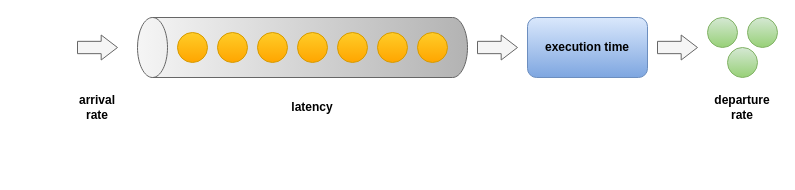
Above: page "exercise-1" (2 of 4) of docs/diagrams.drawio in gitaroktato/queue-model-in-python (draw.io), before the change. Source tidied: cells renumbered, new cells numbered last; positions are measured from the earlier drawing's top-left corner, leaving out a move shared by most shapes. Both pictures are drawn from the tidied source at 100%, with x=0, y=0 at pixel (67, -118).
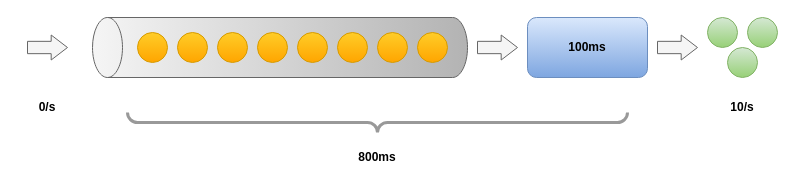
The same diagram, later.

Diff of the diagram source:
```diff
@@
     <mxCell id="2" style="shape=cylinder3;whiteSpace=wrap;html=1;boundedLbl=1;backgroundOutline=1;size=15;rotation=-90;fillColor=#f5f5f5;gradientColor=#b3b3b3;strokeColor=#666666;" parent="1" vertex="1">
-      <mxGeometry x="205" width="60" height="330" as="geometry" />
+      <mxGeometry x="182.5" y="-22.5" width="60" height="375" as="geometry" />
     </mxCell>
@@
-    <mxCell id="10" value="arrival rate" style="text;html=1;align=center;verticalAlign=middle;whiteSpace=wrap;rounded=0;fontStyle=1;" parent="1" vertex="1">
-      <mxGeometry y="210" width="60" height="30" as="geometry" />
+    <mxCell id="10" value="0/s" style="text;html=1;align=center;verticalAlign=middle;whiteSpace=wrap;rounded=0;fontStyle=1;" parent="1" vertex="1">
+      <mxGeometry x="-50" y="210" width="60" height="30" as="geometry" />
     </mxCell>
-    <mxCell id="11" value="&lt;b&gt;execution time&lt;/b&gt;" style="rounded=1;whiteSpace=wrap;html=1;fillColor=#dae8fc;gradientColor=#7ea6e0;strokeColor=#6c8ebf;" parent="1" vertex="1">
+    <mxCell id="11" value="&lt;b&gt;100ms&lt;/b&gt;" style="rounded=1;whiteSpace=wrap;html=1;fillColor=#dae8fc;gradientColor=#7ea6e0;strokeColor=#6c8ebf;" parent="1" vertex="1">
       <mxGeometry x="460" y="135" width="120" height="60" as="geometry" />
     </mxCell>
-    <mxCell id="12" value="departure rate" style="text;html=1;align=center;verticalAlign=middle;whiteSpace=wrap;rounded=0;fontStyle=1;" parent="1" vertex="1">
+    <mxCell id="12" value="10/s" style="text;html=1;align=center;verticalAlign=middle;whiteSpace=wrap;rounded=0;fontStyle=1;" parent="1" vertex="1">
       <mxGeometry x="645" y="210" width="60" height="30" as="geometry" />
     </mxCell>
@@
     <mxCell id="18" style="shape=singleArrow;whiteSpace=wrap;html=1;arrowWidth=0.49333394368489586;arrowSize=0.4079998779296875;fillColor=#f5f5f5;strokeColor=#666666;fontColor=#333333;" parent="1" vertex="1">
-      <mxGeometry x="10" y="152.5" width="40" height="25" as="geometry" />
+      <mxGeometry x="-40" y="152.5" width="40" height="25" as="geometry" />
     </mxCell>
-    <mxCell id="19" value="latency" style="text;html=1;align=center;verticalAlign=middle;whiteSpace=wrap;rounded=0;fontStyle=1;" parent="1" vertex="1">
-      <mxGeometry x="215" y="210" width="60" height="30" as="geometry" />
+    <mxCell id="19" value="800ms" style="text;html=1;align=center;verticalAlign=middle;whiteSpace=wrap;rounded=0;fontStyle=1;" parent="1" vertex="1">
+      <mxGeometry x="280" y="260" width="60" height="30" as="geometry" />
     </mxCell>
+    <mxCell id="20" style="verticalLabelPosition=bottom;shadow=0;dashed=0;align=center;html=1;verticalAlign=top;strokeWidth=3;shape=mxgraph.mockup.markup.curlyBrace;whiteSpace=wrap;strokeColor=#999999;rotation=-180;" parent="1" vertex="1">
+      <mxGeometry x="60" y="230" width="500" height="20" as="geometry" />
+    </mxCell>
+    <mxCell id="21" style="ellipse;whiteSpace=wrap;html=1;fillColor=#ffcd28;strokeColor=#d79b00;gradientColor=#ffa500;" parent="1" vertex="1">
+      <mxGeometry x="70" y="150" width="30" height="30" as="geometry" />
+    </mxCell>
```
